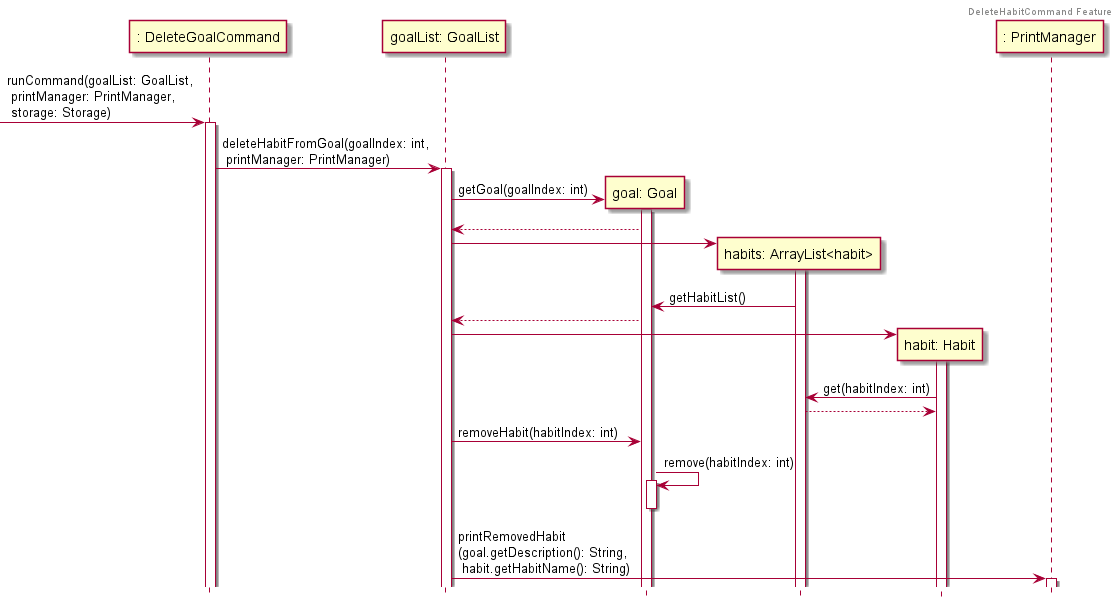
nus-cs2113-AY2122S1/tp keeps this PlantUML diagram as docs/Diagram_Images/Implementation_Diagram_Images/DeleteHabitCommandSequenceDiagram.png. Above is the earlier version. Its diagram source:
```plantuml
@startuml

!include Style.puml

header DeleteHabitCommand Feature

-> ": DeleteGoalCommand": runCommand(goalList: GoalList,\n printManager: PrintManager,\n storage: Storage)
activate ": DeleteGoalCommand"

": DeleteGoalCommand" -> "goalList: GoalList": deleteHabitFromGoal(goalIndex: int,\n printManager: PrintManager)
activate "goalList: GoalList"

create "goal: Goal"
"goalList: GoalList" -> "goal: Goal": getGoal(goalIndex: int)
activate "goal: Goal"
"goalList: GoalList" <-- "goal: Goal"

create "habits: ArrayList<habit>"
"goalList: GoalList" -> "habits: ArrayList<habit>"
activate "habits: ArrayList<habit>"
"goal: Goal" <- "habits: ArrayList<habit>": getHabitList()
"goalList: GoalList" <-- "goal: Goal"

create "habit: Habit"
"goalList: GoalList" -> "habit: Habit"
activate "habit: Habit"
"habits: ArrayList<habit>" <- "habit: Habit": get(habitIndex: int)
"habits: ArrayList<habit>" --> "habit: Habit"

"goalList: GoalList" -> "goal: Goal": removeHabit(habitIndex: int)
"goal: Goal" -> "goal: Goal": remove(habitIndex: int)
activate "goal: Goal"
deactivate "goal: Goal"


"goalList: GoalList" -> ": PrintManager": printRemovedHabit\n(goal.getDescription(): String,\n habit.getHabitName(): String)
activate ": PrintManager"

@enduml
```
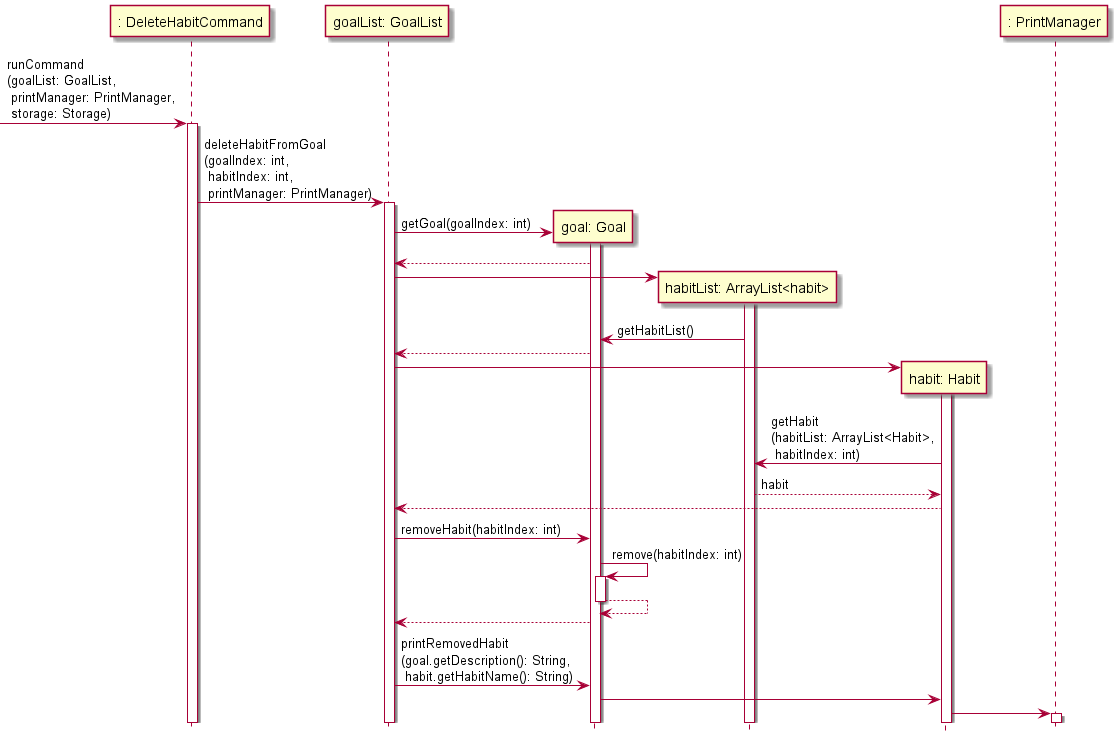
The same file after the commit.

Diff of the diagram source:
```diff
@@ -2,12 +2,10 @@
 
 !include Style.puml
 
-header DeleteHabitCommand Feature
+-> ": DeleteHabitCommand": runCommand\n(goalList: GoalList,\n printManager: PrintManager,\n storage: Storage)
+activate ": DeleteHabitCommand"
 
--> ": DeleteGoalCommand": runCommand(goalList: GoalList,\n printManager: PrintManager,\n storage: Storage)
-activate ": DeleteGoalCommand"
-
-": DeleteGoalCommand" -> "goalList: GoalList": deleteHabitFromGoal(goalIndex: int,\n printManager: PrintManager)
+": DeleteHabitCommand" -> "goalList: GoalList": deleteHabitFromGoal\n(goalIndex: int,\n habitIndex: int,\n printManager: PrintManager)
 activate "goalList: GoalList"
 
 create "goal: Goal"
@@ -15,25 +13,31 @@
 activate "goal: Goal"
 "goalList: GoalList" <-- "goal: Goal"
 
-create "habits: ArrayList<habit>"
-"goalList: GoalList" -> "habits: ArrayList<habit>"
-activate "habits: ArrayList<habit>"
-"goal: Goal" <- "habits: ArrayList<habit>": getHabitList()
+create "habitList: ArrayList<habit>"
+"goalList: GoalList" -> "habitList: ArrayList<habit>"
+activate "habitList: ArrayList<habit>"
+"goal: Goal" <- "habitList: ArrayList<habit>": getHabitList()
 "goalList: GoalList" <-- "goal: Goal"
 
 create "habit: Habit"
 "goalList: GoalList" -> "habit: Habit"
 activate "habit: Habit"
-"habits: ArrayList<habit>" <- "habit: Habit": get(habitIndex: int)
-"habits: ArrayList<habit>" --> "habit: Habit"
+"habitList: ArrayList<habit>" <- "habit: Habit": getHabit\n(habitList: ArrayList<Habit>,\n habitIndex: int)
+"habitList: ArrayList<habit>" --> "habit: Habit": habit
+"goalList: GoalList" <-- "habit: Habit"
+
 
 "goalList: GoalList" -> "goal: Goal": removeHabit(habitIndex: int)
 "goal: Goal" -> "goal: Goal": remove(habitIndex: int)
 activate "goal: Goal"
+"goal: Goal" --> "goal: Goal"
 deactivate "goal: Goal"
+"goalList: GoalList" <-- "goal: Goal"
 
 
-"goalList: GoalList" -> ": PrintManager": printRemovedHabit\n(goal.getDescription(): String,\n habit.getHabitName(): String)
+"goalList: GoalList" -> "goal: Goal": printRemovedHabit\n(goal.getDescription(): String,\n habit.getHabitName(): String)
+"goal: Goal" -> "habit: Habit"
+"habit: Habit" -> ": PrintManager"
 activate ": PrintManager"
 
 @enduml
```
